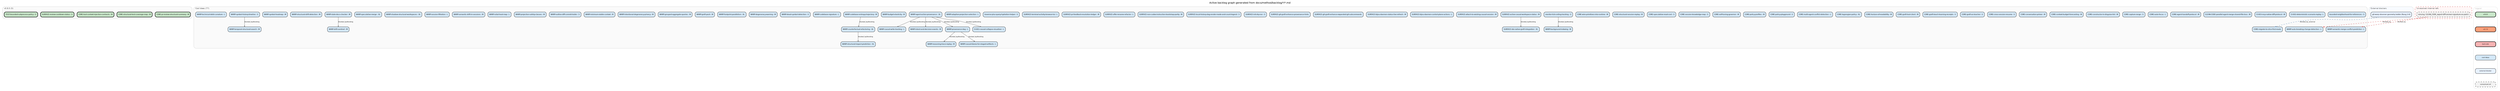
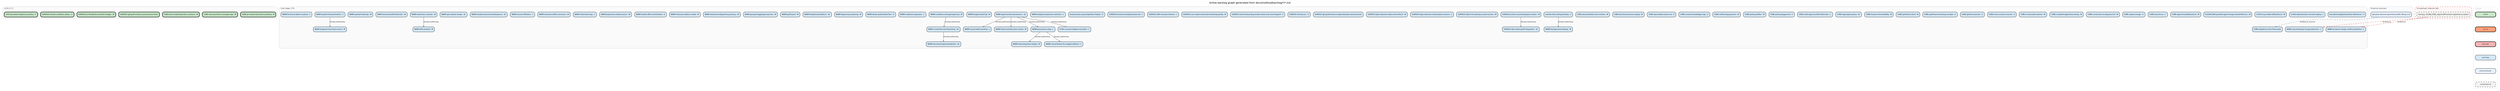
digraph backlog {
  rankdir=TB
  fontname="Helvetica"
  label="Active backlog graph generated from docs/method/backlog/*/*.md"
  labelloc=t
  fontsize=12
  node [shape=box style="rounded,filled" fontname="Helvetica" fontsize=8 margin="0.1,0.05" height=0.35]
  edge [color="#666666" arrowsize=0.5 fontname="Helvetica" fontsize=7]
  newrank=true
  ranksep=0.55
  nodesep=0.2

  subgraph cluster_v0_8_0 {
-     label="v0.8.0 (5)" labeljust=l fontsize=9 fontcolor="#555555"
+     label="v0.8.0 (7)" labeljust=l fontsize=9 fontcolor="#555555"
    style=rounded color="#cccccc" bgcolor="#fafafa"
    v0_8_0_CORE_pr_review_structural_summary [label="CORE-pr-review-structural-summary - M" fillcolor="#C8E6C9" penwidth=2]
    v0_8_0_CORE_structural_test_coverage_map [label="CORE-structural-test-coverage-map - M" fillcolor="#C8E6C9" penwidth=2]
    v0_8_0_CORE_tool_context_injection_contracts [label="CORE-tool-context-injection-contracts - M" fillcolor="#C8E6C9" penwidth=2]
+     v0_8_0_SURFACE_git_graft_enhance_provenance_hints [label="SURFACE-git-graft-enhance-provenance-hints" fillcolor="#C8E6C9" penwidth=2]
+     v0_8_0_SURFACE_pr_feedback_resolution_ledger [label="SURFACE-pr-feedback-resolution-ledger - M" fillcolor="#C8E6C9" penwidth=2]
    v0_8_0_SURFACE_review_cooldown_status [label="SURFACE-review-cooldown-status - S" fillcolor="#C8E6C9" penwidth=2]
    v0_8_0_TEST_bounded_subprocess_policy [label="TEST-bounded-subprocess-policy - S" fillcolor="#C8E6C9" penwidth=2]
  }

  subgraph cluster_cool_ideas {
-     label="Cool Ideas (77)" labeljust=l fontsize=9 fontcolor="#555555"
+     label="Cool Ideas (75)" labeljust=l fontsize=9 fontcolor="#555555"
    style=rounded color="#cccccc" bgcolor="#fafafa"
    cool_ideas_bounded_neighborhood_for_references [label="bounded-neighborhood-for-references - S" fillcolor="#D4E8F7" penwidth=1]
    cool_ideas_CI_001_causal_collapse_visualizer [label="CI-001-causal-collapse-visualizer - L" fillcolor="#D4E8F7" penwidth=1]
    cool_ideas_CI_002_deterministic_scenario_replay [label="CI-002-deterministic-scenario-replay - L" fillcolor="#D4E8F7" penwidth=1]
    cool_ideas_CI_003_mcp_native_diff_protocol [label="CI-003-mcp-native-diff-protocol - M" fillcolor="#D4E8F7" penwidth=1]
    cool_ideas_CLEAN_CODE_parallel_agent_merge_shared_file_loss [label="CLEAN-CODE-parallel-agent-merge-shared-file-loss - M" fillcolor="#D4E8F7" penwidth=1]
    cool_ideas_CORE_agent_handoff_protocol [label="CORE-agent-handoff-protocol - M" fillcolor="#D4E8F7" penwidth=1]
    cool_ideas_CORE_auto_focus [label="CORE-auto-focus - L" fillcolor="#D4E8F7" penwidth=1]
    cool_ideas_CORE_capture_range [label="CORE-capture-range - S" fillcolor="#D4E8F7" penwidth=1]
    cool_ideas_CORE_constructor_in_disguise_lint [label="CORE-constructor-in-disguise-lint - M" fillcolor="#D4E8F7" penwidth=1]
    cool_ideas_CORE_context_budget_forecasting [label="CORE-context-budget-forecasting - M" fillcolor="#D4E8F7" penwidth=1]
    cool_ideas_CORE_conversation_primer [label="CORE-conversation-primer - M" fillcolor="#D4E8F7" penwidth=1]
    cool_ideas_CORE_cross_session_resume [label="CORE-cross-session-resume - S" fillcolor="#D4E8F7" penwidth=1]
    cool_ideas_CORE_graft_as_teacher [label="CORE-graft-as-teacher - S" fillcolor="#D4E8F7" penwidth=1]
    cool_ideas_CORE_graft_teach_learning_receipts [label="CORE-graft-teach-learning-receipts - S" fillcolor="#D4E8F7" penwidth=1]
    cool_ideas_CORE_graft_tool_client [label="CORE-graft-tool-client - M" fillcolor="#D4E8F7" penwidth=1]
    cool_ideas_CORE_horizon_of_readability [label="CORE-horizon-of-readability - M" fillcolor="#D4E8F7" penwidth=1]
    cool_ideas_CORE_lagrangian_policy [label="CORE-lagrangian-policy - XL" fillcolor="#D4E8F7" penwidth=1]
    cool_ideas_CORE_migrate_to_slice_first_reads [label="CORE-migrate-to-slice-first-reads" fillcolor="#D4E8F7" penwidth=1]
    cool_ideas_CORE_multi_agent_conflict_detection [label="CORE-multi-agent-conflict-detection - L" fillcolor="#D4E8F7" penwidth=1]
    cool_ideas_CORE_policy_playground [label="CORE-policy-playground - S" fillcolor="#D4E8F7" penwidth=1]
    cool_ideas_CORE_policy_profiles [label="CORE-policy-profiles - M" fillcolor="#D4E8F7" penwidth=1]
    cool_ideas_CORE_self_tuning_governor [label="CORE-self-tuning-governor - M" fillcolor="#D4E8F7" penwidth=1]
    cool_ideas_CORE_session_knowledge_map [label="CORE-session-knowledge-map - S" fillcolor="#D4E8F7" penwidth=1]
    cool_ideas_CORE_speculative_read_cost [label="CORE-speculative-read-cost - S" fillcolor="#D4E8F7" penwidth=1]
    cool_ideas_CORE_structural_session_replay [label="CORE-structural-session-replay - M" fillcolor="#D4E8F7" penwidth=1]
    cool_ideas_CORE_wire_primitives_into_runtime [label="CORE-wire-primitives-into-runtime - M" fillcolor="#D4E8F7" penwidth=1]
    cool_ideas_monitor_tick_ceiling_tracking [label="monitor-tick-ceiling-tracking - S" fillcolor="#D4E8F7" penwidth=1]
    cool_ideas_SURFACE_active_causal_workspace_status [label="SURFACE-active-causal-workspace-status - M" fillcolor="#D4E8F7" penwidth=1]
    cool_ideas_SURFACE_attach_to_existing_causal_session [label="SURFACE-attach-to-existing-causal-session - M" fillcolor="#D4E8F7" penwidth=1]
    cool_ideas_SURFACE_bijou_daemon_control_plane_actions [label="SURFACE-bijou-daemon-control-plane-actions - L" fillcolor="#D4E8F7" penwidth=1]
    cool_ideas_SURFACE_bijou_daemon_status_live_refresh [label="SURFACE-bijou-daemon-status-live-refresh - M" fillcolor="#D4E8F7" penwidth=1]
    cool_ideas_SURFACE_git_graft_enhance_expanded_git_subcommands [label="SURFACE-git-graft-enhance-expanded-git-subcommands" fillcolor="#D4E8F7" penwidth=1]
-     cool_ideas_SURFACE_git_graft_enhance_provenance_hints [label="SURFACE-git-graft-enhance-provenance-hints" fillcolor="#D4E8F7" penwidth=1]
    cool_ideas_SURFACE_ide_native_graft_integration [label="SURFACE-ide-native-graft-integration - XL" fillcolor="#D4E8F7" penwidth=1]
    cool_ideas_SURFACE_init_dry_run [label="SURFACE-init-dry-run - S" fillcolor="#D4E8F7" penwidth=1]
    cool_ideas_SURFACE_local_history_dag_render_mode_and_count_legend [label="SURFACE-local-history-dag-render-mode-and-count-legend - S" fillcolor="#D4E8F7" penwidth=1]
    cool_ideas_SURFACE_non_codex_instruction_bootstrap_parity [label="SURFACE-non-codex-instruction-bootstrap-parity - M" fillcolor="#D4E8F7" penwidth=1]
    cool_ideas_SURFACE_offer_rename_refactor [label="SURFACE-offer-rename-refactor - L" fillcolor="#D4E8F7" penwidth=1]
-     cool_ideas_SURFACE_pr_feedback_resolution_ledger [label="SURFACE-pr-feedback-resolution-ledger - M" fillcolor="#D4E8F7" penwidth=1]
    cool_ideas_SURFACE_terminal_activity_browser_tui [label="SURFACE-terminal-activity-browser-tui - L" fillcolor="#D4E8F7" penwidth=1]
    cool_ideas_traverse_plus_query_hydration_helper [label="traverse-plus-query-hydration-helper - S" fillcolor="#D4E8F7" penwidth=1]
    cool_ideas_WARP_adaptive_projection_selection [label="WARP-adaptive-projection-selection - L" fillcolor="#D4E8F7" penwidth=1]
    cool_ideas_WARP_agent_action_provenance [label="WARP-agent-action-provenance - XL" fillcolor="#D4E8F7" penwidth=1]
    cool_ideas_WARP_auto_breaking_change_detection [label="WARP-auto-breaking-change-detection - L" fillcolor="#D4E8F7" penwidth=1]
    cool_ideas_WARP_background_indexing [label="WARP-background-indexing - M" fillcolor="#D4E8F7" penwidth=1]
    cool_ideas_WARP_budget_elasticity [label="WARP-budget-elasticity - M" fillcolor="#D4E8F7" penwidth=1]
    cool_ideas_WARP_causal_blame_for_staged_artifacts [label="WARP-causal-blame-for-staged-artifacts - L" fillcolor="#D4E8F7" penwidth=1]
    cool_ideas_WARP_causal_write_tracking [label="WARP-causal-write-tracking - L" fillcolor="#D4E8F7" penwidth=1]
    cool_ideas_WARP_codebase_entropy_trajectory [label="WARP-codebase-entropy-trajectory - M" fillcolor="#D4E8F7" penwidth=1]
    cool_ideas_WARP_codebase_signature [label="WARP-codebase-signature - L" fillcolor="#D4E8F7" penwidth=1]
    cool_ideas_WARP_counterfactual_refactoring [label="WARP-counterfactual-refactoring - XL" fillcolor="#D4E8F7" penwidth=1]
    cool_ideas_WARP_dead_symbol_detection [label="WARP-dead-symbol-detection - S" fillcolor="#D4E8F7" penwidth=1]
    cool_ideas_WARP_degeneracy_warning [label="WARP-degeneracy-warning - M" fillcolor="#D4E8F7" penwidth=1]
    cool_ideas_WARP_drift_sentinel [label="WARP-drift-sentinel - M" fillcolor="#D4E8F7" penwidth=1]
    cool_ideas_WARP_footprint_parallelism [label="WARP-footprint-parallelism - XL" fillcolor="#D4E8F7" penwidth=1]
    cool_ideas_WARP_graft_pack [label="WARP-graft-pack - M" fillcolor="#D4E8F7" penwidth=1]
    cool_ideas_WARP_grouped_aggregate_queries [label="WARP-grouped-aggregate-queries - M" fillcolor="#D4E8F7" penwidth=1]
    cool_ideas_WARP_intent_and_decision_events [label="WARP-intent-and-decision-events - M" fillcolor="#D4E8F7" penwidth=1]
    cool_ideas_WARP_intentional_degeneracy_privacy [label="WARP-intentional-degeneracy-privacy - M" fillcolor="#D4E8F7" penwidth=1]
    cool_ideas_WARP_minimum_viable_context [label="WARP-minimum-viable-context - M" fillcolor="#D4E8F7" penwidth=1]
    cool_ideas_WARP_outline_diff_commit_trailer [label="WARP-outline-diff-commit-trailer - S" fillcolor="#D4E8F7" penwidth=1]
    cool_ideas_WARP_projection_safety_classes [label="WARP-projection-safety-classes - M" fillcolor="#D4E8F7" penwidth=1]
    cool_ideas_WARP_provenance_dag [label="WARP-provenance-dag - L" fillcolor="#D4E8F7" penwidth=1]
    cool_ideas_WARP_reasoning_trace_replay [label="WARP-reasoning-trace-replay - M" fillcolor="#D4E8F7" penwidth=1]
    cool_ideas_WARP_rulial_heat_map [label="WARP-rulial-heat-map - L" fillcolor="#D4E8F7" penwidth=1]
    cool_ideas_WARP_semantic_drift_in_sessions [label="WARP-semantic-drift-in-sessions - M" fillcolor="#D4E8F7" penwidth=1]
    cool_ideas_WARP_semantic_merge_conflict_prediction [label="WARP-semantic-merge-conflict-prediction - L" fillcolor="#D4E8F7" penwidth=1]
    cool_ideas_WARP_session_filtration [label="WARP-session-filtration - L" fillcolor="#D4E8F7" penwidth=1]
    cool_ideas_WARP_shadow_structural_workspaces [label="WARP-shadow-structural-workspaces - XL" fillcolor="#D4E8F7" penwidth=1]
    cool_ideas_WARP_speculative_merge [label="WARP-speculative-merge - XL" fillcolor="#D4E8F7" penwidth=1]
    cool_ideas_WARP_stale_docs_checker [label="WARP-stale-docs-checker - M" fillcolor="#D4E8F7" penwidth=1]
    cool_ideas_WARP_structural_drift_detection [label="WARP-structural-drift-detection - M" fillcolor="#D4E8F7" penwidth=1]
    cool_ideas_WARP_structural_impact_prediction [label="WARP-structural-impact-prediction - XL" fillcolor="#D4E8F7" penwidth=1]
    cool_ideas_WARP_symbol_heatmap [label="WARP-symbol-heatmap - M" fillcolor="#D4E8F7" penwidth=1]
    cool_ideas_WARP_symbol_history_timeline [label="WARP-symbol-history-timeline - S" fillcolor="#D4E8F7" penwidth=1]
    cool_ideas_WARP_technical_debt_curvature [label="WARP-technical-debt-curvature - L" fillcolor="#D4E8F7" penwidth=1]
    cool_ideas_WARP_temporal_structural_search [label="WARP-temporal-structural-search - M" fillcolor="#D4E8F7" penwidth=1]
  }

  subgraph cluster_external {
    label="External blockers" labeljust=l fontsize=9 fontcolor="#555555"
    style=rounded color="#cccccc" bgcolor="#f8fbff"
    external_git_warp_observer_geometry_ladder__Rung_2_4_ [label="git-warp observer geometry ladder (Rung 2-4)" fillcolor="#E8F2FF" penwidth=1]
  }

  subgraph cluster_unresolved {
    label="Unresolved internal refs" labeljust=l fontsize=9 fontcolor="#555555"
    style="rounded,dashed" color="#cc3333" bgcolor="#fff7f7"
    unresolved_CLEAN_CODE_export_diff_semver_signature_as_patch [label="missing: CLEAN_CODE_export-diff-semver-signature-as-patch" fillcolor="#F2F2F2" penwidth=1 style="rounded,dashed,filled"]
  }

  cool_ideas_monitor_tick_ceiling_tracking -> cool_ideas_WARP_background_indexing [label="blocked_by/blocking"]
  cool_ideas_SURFACE_active_causal_workspace_status -> cool_ideas_SURFACE_ide_native_graft_integration [label="blocked_by/blocking"]
  cool_ideas_WARP_agent_action_provenance -> cool_ideas_CI_001_causal_collapse_visualizer [label="blocked_by/blocking"]
  cool_ideas_WARP_agent_action_provenance -> cool_ideas_WARP_causal_write_tracking [label="blocked_by/blocking"]
  cool_ideas_WARP_agent_action_provenance -> cool_ideas_WARP_intent_and_decision_events [label="blocked_by/blocking"]
  cool_ideas_WARP_agent_action_provenance -> cool_ideas_WARP_provenance_dag [label="blocked_by/blocking"]
  cool_ideas_WARP_codebase_entropy_trajectory -> cool_ideas_WARP_counterfactual_refactoring [label="blocked_by/blocking"]
  cool_ideas_WARP_counterfactual_refactoring -> cool_ideas_WARP_structural_impact_prediction [label="blocked_by/blocking"]
  cool_ideas_WARP_provenance_dag -> cool_ideas_WARP_causal_blame_for_staged_artifacts [label="blocked_by/blocking"]
  cool_ideas_WARP_provenance_dag -> cool_ideas_WARP_reasoning_trace_replay [label="blocked_by/blocking"]
  cool_ideas_WARP_stale_docs_checker -> cool_ideas_WARP_drift_sentinel [label="blocked_by/blocking"]
  cool_ideas_WARP_symbol_history_timeline -> cool_ideas_WARP_temporal_structural_search [label="blocked_by/blocking"]
  external_git_warp_observer_geometry_ladder__Rung_2_4_ -> cool_ideas_CORE_migrate_to_slice_first_reads [label="blocked_by_external" style=dashed color="#4477AA"]
  unresolved_CLEAN_CODE_export_diff_semver_signature_as_patch -> cool_ideas_WARP_auto_breaking_change_detection [label="blocked_by" style=dashed color="#CC3333"]
  unresolved_CLEAN_CODE_export_diff_semver_signature_as_patch -> cool_ideas_WARP_semantic_merge_conflict_prediction [label="blocked_by" style=dashed color="#CC3333"]

  subgraph cluster_legend {
    label="Legend" labeljust=l fontsize=8 fontcolor="#aaaaaa"
    style=rounded color="#dddddd"
    node [fontsize=7 width=1.4]
    leg_v08 [label="v0.8.0" fillcolor="#C8E6C9" penwidth=2]
    leg_v07 [label="v0.7.0" fillcolor="#FFA07A" penwidth=2]
    leg_bad [label="bad-code" fillcolor="#F6B3B3" penwidth=2]
    leg_idea [label="cool-ideas" fillcolor="#D4E8F7" penwidth=1]
    leg_external [label="external blocker" fillcolor="#E8F2FF" penwidth=1]
    leg_unresolved [label="unresolved ref" fillcolor="#F2F2F2" penwidth=1 style="rounded,dashed,filled"]
    leg_v08 -> leg_v07 [style=invis]
    leg_v07 -> leg_bad [style=invis]
    leg_bad -> leg_idea [style=invis]
    leg_idea -> leg_external [style=invis]
    leg_external -> leg_unresolved [style=invis]
  }
}
